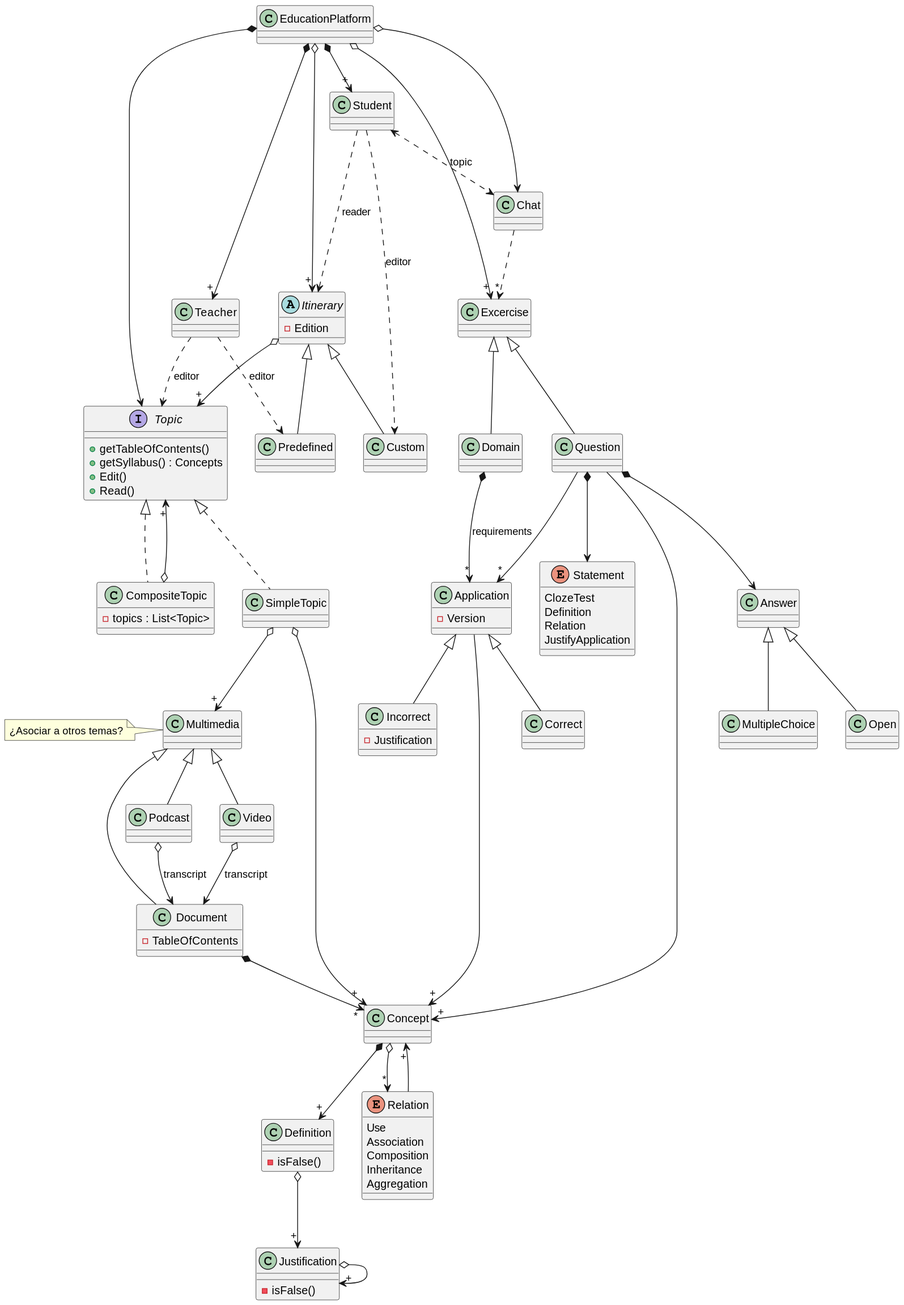
This is out/Diagrams/EducationPlatform/Domain/EducationPlatformDomain.svg from jumpering/lab-turing, a PlantUML export, as it was before one commit. Source of this version:
```plantuml
@startuml
abstract Itinerary {
    - Edition
}

interface Topic{
    + getTableOfContents()
    + getSyllabus() : Concepts
    + Edit()
    + Read()
}


class SimpleTopic{
}

class CompositeTopic{
    - topics : List<Topic>
}

class Excercise {
}

class Domain {
}

class Application {
    - Version
}

class Incorrect {
    - Justification
}

class Question {

}

enum Statement {
    ClozeTest
    Definition
    Relation
    JustifyApplication
}

class Document {
    - TableOfContents
}

class Concept {
}

class Definition {
    - isFalse()
}

class Justification {
    - isFalse()
}

class Relation {

}

class Multimedia {

}
note left of Multimedia
¿Asociar a otros temas?
end note

EducationPlatform *--> "+" Teacher
EducationPlatform *--> "+" Student
EducationPlatform *--> Topic
EducationPlatform o--> "+" Itinerary
EducationPlatform o--> Chat
EducationPlatform o--> "+" Excercise

Chat ..>"*" Excercise
Student <..> Chat : topic

Excercise <|-- Domain
Excercise <|-- Question

Domain *-->"*" Application: requirements
Application -->"+" Concept

Application <|-- Correct
Application <|-- Incorrect

Question -->"+" Concept
Question -->"*" Application

Question *--> Statement
Question *--> Answer
Answer <|-- Open
Answer <|-- MultipleChoice


Teacher ..> Topic : editor
Teacher ..> Predefined : editor
Student ...> Itinerary : reader
Student ...> Custom : editor


Topic <|.. CompositeTopic
Topic <|.. SimpleTopic
CompositeTopic o--> "+" Topic

Itinerary <|-- Custom
Itinerary <|-- Predefined

Itinerary o--> "+" Topic


SimpleTopic o--> "+" Concept
SimpleTopic o--> "+" Multimedia
Concept *--> "+" Definition
Concept o--> "*" Relation

enum Relation {
    Use
    Association
    Composition
    Inheritance
    Aggregation
}

Relation -->"+" Concept
Definition o-->"+" Justification
Justification o-->"+" Justification


Multimedia <|-- Podcast
Multimedia <|-- Video

Podcast o--> Document : transcript
Video o--> Document : transcript

Multimedia <|-- Document

Document *-->"*" Concept
@enduml
```
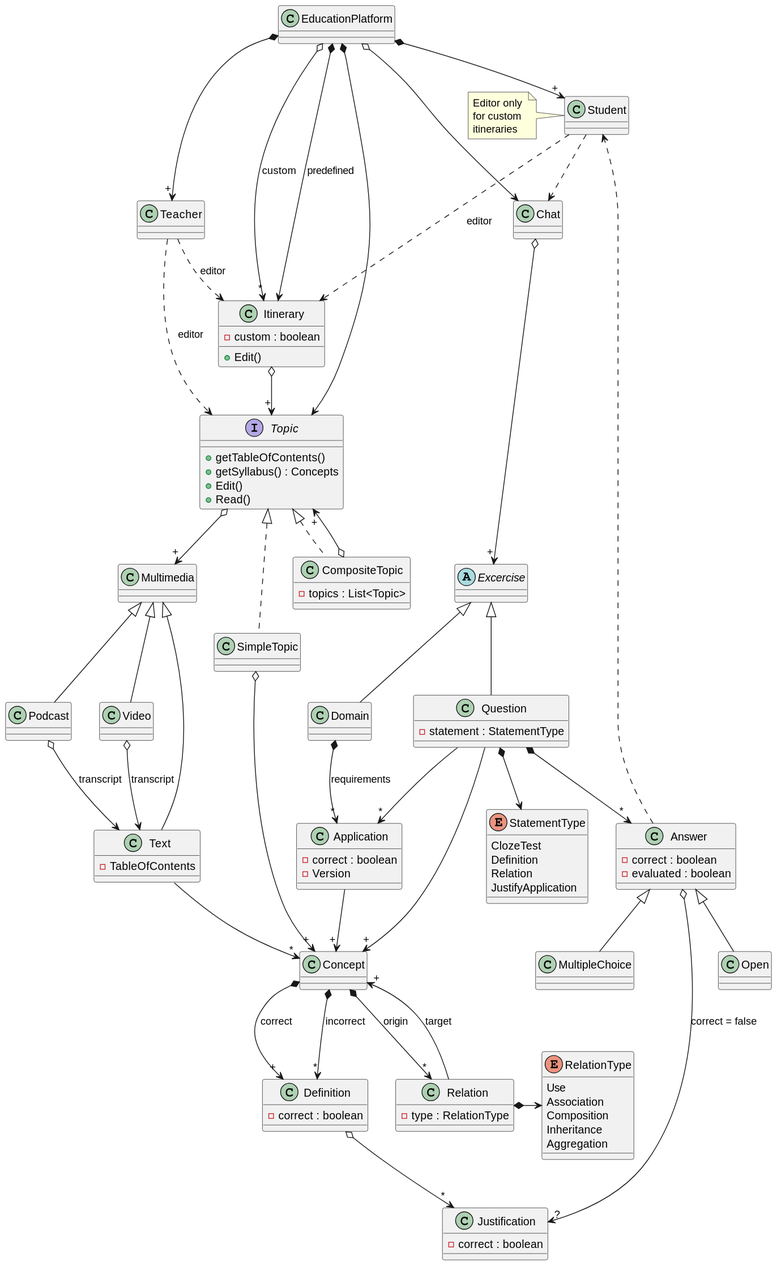
Later version of the same file.

Diff of the diagram source:
```diff
@@ -1,6 +1,7 @@
 @startuml
-abstract Itinerary {
-    - Edition
+class Itinerary {
+    - custom : boolean
+    + Edit()
 }
 
 interface Topic{
@@ -18,32 +19,29 @@
     - topics : List<Topic>
 }
 
-class Excercise {
+abstract Excercise {
 }
 
 class Domain {
 }
 
 class Application {
+    - correct : boolean
     - Version
 }
 
-class Incorrect {
-    - Justification
+class Question {
+    - statement : StatementType
 }
 
-class Question {
-
-}
-
-enum Statement {
+enum StatementType {
     ClozeTest
     Definition
     Relation
     JustifyApplication
 }
 
-class Document {
+class Text {
     - TableOfContents
 }
 
@@ -51,33 +49,34 @@
 }
 
 class Definition {
-    - isFalse()
+    - correct : boolean
 }
 
 class Justification {
-    - isFalse()
-}
-
-class Relation {
-
+    - correct : boolean
 }
 
 class Multimedia {
 
 }
-note left of Multimedia
-¿Asociar a otros temas?
-end note
+
+class Answer{
+    - correct : boolean
+    - evaluated : boolean
+}
 
 EducationPlatform *--> "+" Teacher
 EducationPlatform *--> "+" Student
 EducationPlatform *--> Topic
-EducationPlatform o--> "+" Itinerary
+EducationPlatform *--> Itinerary : predefined
+EducationPlatform o--> "*" Itinerary : custom
 EducationPlatform o--> Chat
-EducationPlatform o--> "+" Excercise
+Chat o--> "+" Excercise
 
-Chat ..>"*" Excercise
-Student <..> Chat : topic
+
+
+Student ..> Chat
+Answer ..> Student
 
 Excercise <|-- Domain
 Excercise <|-- Question
@@ -85,40 +84,43 @@
 Domain *-->"*" Application: requirements
 Application -->"+" Concept
 
-Application <|-- Correct
-Application <|-- Incorrect
 
 Question -->"+" Concept
 Question -->"*" Application
 
-Question *--> Statement
-Question *--> Answer
+Question *--> StatementType
+Question *--> "*" Answer
 Answer <|-- Open
 Answer <|-- MultipleChoice
+Answer o--> "?" Justification : correct = false
 
 
 Teacher ..> Topic : editor
-Teacher ..> Predefined : editor
-Student ...> Itinerary : reader
-Student ...> Custom : editor
+Teacher ..> Itinerary : editor
+Student ...> Itinerary : editor
+note left of Student
+    Editor only
+    for custom
+    itineraries
+    end note
 
 
 Topic <|.. CompositeTopic
 Topic <|.. SimpleTopic
 CompositeTopic o--> "+" Topic
 
-Itinerary <|-- Custom
-Itinerary <|-- Predefined
 
 Itinerary o--> "+" Topic
 
 
 SimpleTopic o--> "+" Concept
-SimpleTopic o--> "+" Multimedia
-Concept *--> "+" Definition
-Concept o--> "*" Relation
+Topic o--> "+" Multimedia
+Concept *--> "+" Definition : correct
+Concept *--> "*" Definition : incorrect
+Relation *-right-> RelationType
+Concept *--> "*" Relation : origin
 
-enum Relation {
+enum RelationType {
     Use
     Association
     Composition
@@ -126,18 +128,23 @@
     Aggregation
 }
 
-Relation -->"+" Concept
-Definition o-->"+" Justification
-Justification o-->"+" Justification
+class Relation {
+    - type : RelationType
+}
+
+
+Relation --> "+" Concept : target
+Definition o-->"*" Justification
+
 
 
 Multimedia <|-- Podcast
 Multimedia <|-- Video
 
-Podcast o--> Document : transcript
-Video o--> Document : transcript
+Podcast o--> Text : transcript
+Video o--> Text : transcript
 
-Multimedia <|-- Document
+Multimedia <|-- Text
 
-Document *-->"*" Concept
+Text -->"*" Concept
 @enduml
```
